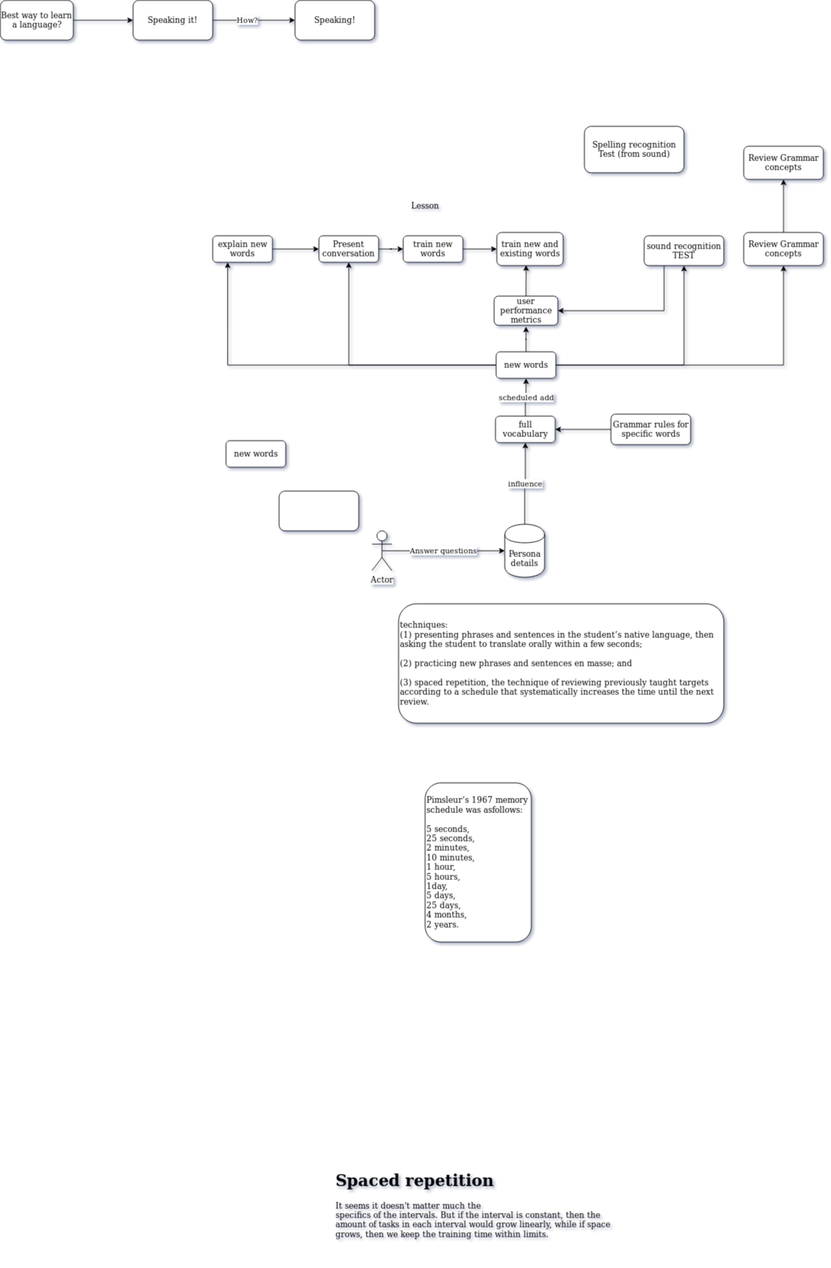
Above: Language Tutor.png in Mr-Ruben/ml (draw.io), before the change. Source tidied: cells renumbered, new cells last; positions are measured from the earlier drawing's top-left corner, leaving out a move shared by most shapes.
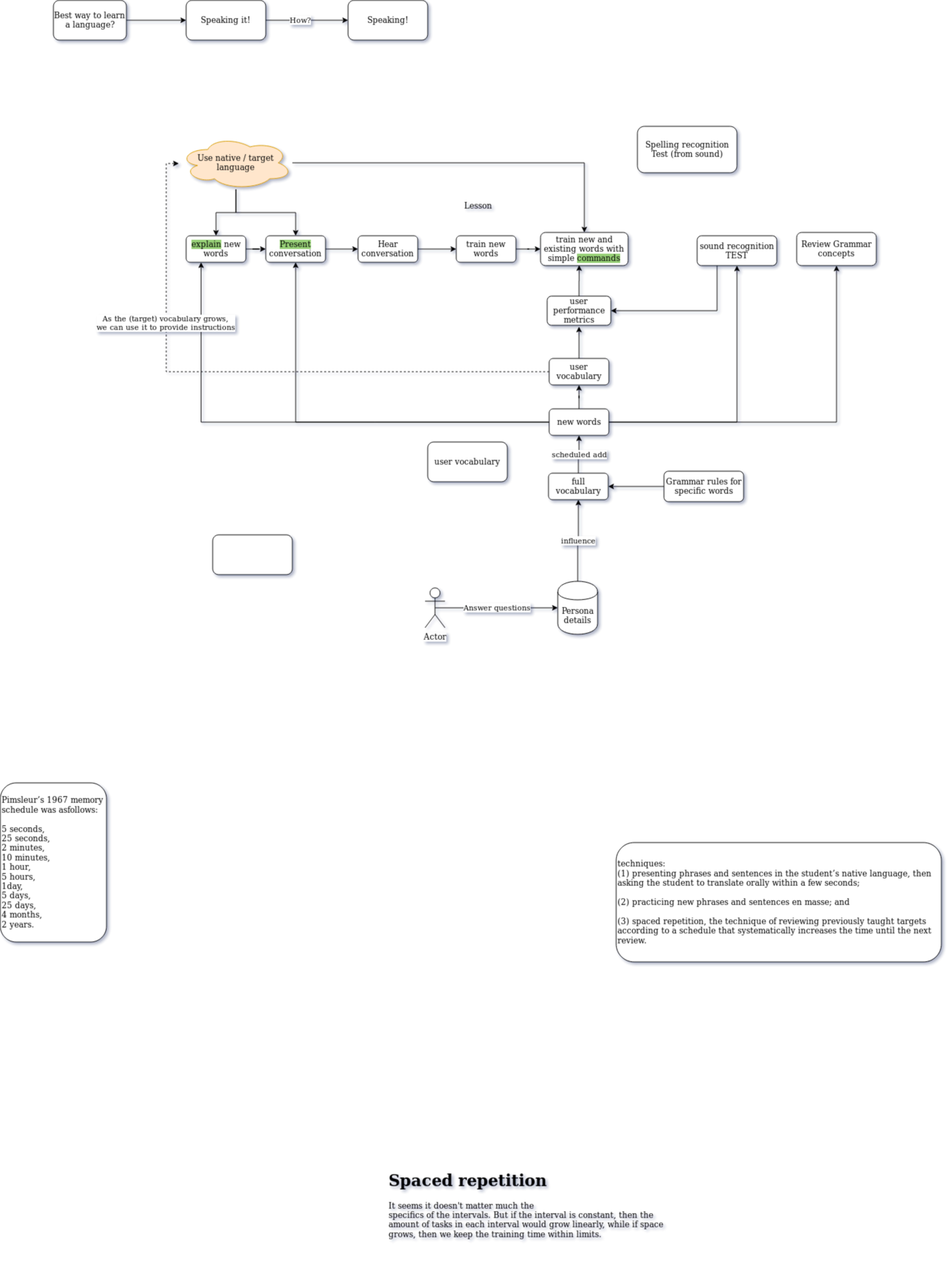
The same diagram one commit later.

Diff of the diagram source:
```diff
@@ -6,28 +6,28 @@
       <mxGeometry relative="1" as="geometry" />
     </mxCell>
     <mxCell id="3" value="Actor" style="shape=umlActor;verticalLabelPosition=bottom;labelBackgroundColor=#ffffff;verticalAlign=top;html=1;outlineConnect=0;" parent="1" vertex="1">
-      <mxGeometry x="560" y="800" width="30" height="60" as="geometry" />
+      <mxGeometry x="560" y="886" width="30" height="60" as="geometry" />
     </mxCell>
     <mxCell id="4" value="influence" style="edgeStyle=orthogonalEdgeStyle;rounded=0;jettySize=auto;html=1;entryX=0.5;entryY=1;entryDx=0;entryDy=0;" parent="1" edge="1" source="5" target="22">
       <mxGeometry relative="1" as="geometry" />
     </mxCell>
     <mxCell id="5" value="Persona details" style="shape=cylinder;whiteSpace=wrap;html=1;boundedLbl=1;backgroundOutline=1;" parent="1" vertex="1">
-      <mxGeometry x="760" y="790" width="60" height="80" as="geometry" />
+      <mxGeometry x="760" y="876" width="60" height="80" as="geometry" />
     </mxCell>
     <mxCell id="6" value="Lesson" style="text;html=1;strokeColor=none;fillColor=none;align=center;verticalAlign=middle;whiteSpace=wrap;rounded=0;" parent="1" vertex="1">
       <mxGeometry x="620" y="300" width="40" height="20" as="geometry" />
     </mxCell>
-    <mxCell id="7" style="edgeStyle=orthogonalEdgeStyle;rounded=0;jettySize=auto;html=1;entryX=0;entryY=0.5;entryDx=0;entryDy=0;" parent="1" edge="1" source="8" target="12">
+    <mxCell id="7" style="edgeStyle=orthogonalEdgeStyle;rounded=0;jettySize=auto;html=1;entryX=0;entryY=0.5;entryDx=0;entryDy=0;" parent="1" edge="1" source="42" target="12">
       <mxGeometry relative="1" as="geometry" />
     </mxCell>
-    <mxCell id="8" value="Present conversation" style="rounded=1;whiteSpace=wrap;html=1;" parent="1" vertex="1">
-      <mxGeometry x="480" y="355" width="90" height="40" as="geometry" />
+    <mxCell id="8" value="&lt;span style=&quot;background-color: rgb(151 , 208 , 119)&quot;&gt;Present &lt;/span&gt;conversation" style="rounded=1;whiteSpace=wrap;html=1;" parent="1" vertex="1">
+      <mxGeometry x="320" y="355" width="90" height="40" as="geometry" />
     </mxCell>
     <mxCell id="9" style="edgeStyle=orthogonalEdgeStyle;rounded=0;jettySize=auto;html=1;entryX=0;entryY=0.5;entryDx=0;entryDy=0;" parent="1" edge="1" source="10" target="8">
       <mxGeometry relative="1" as="geometry" />
     </mxCell>
-    <mxCell id="10" value="explain new words" style="rounded=1;whiteSpace=wrap;html=1;" parent="1" vertex="1">
-      <mxGeometry x="320" y="355" width="90" height="40" as="geometry" />
+    <mxCell id="10" value="&lt;span style=&quot;background-color: rgb(151 , 208 , 119)&quot;&gt;explain&lt;/span&gt; new words" style="rounded=1;whiteSpace=wrap;html=1;" parent="1" vertex="1">
+      <mxGeometry x="200" y="355" width="90" height="40" as="geometry" />
     </mxCell>
     <mxCell id="11" style="edgeStyle=orthogonalEdgeStyle;rounded=0;jettySize=auto;html=1;entryX=0;entryY=0.5;entryDx=0;entryDy=0;" parent="1" edge="1" source="12" target="13">
       <mxGeometry relative="1" as="geometry" />
@@ -35,21 +35,12 @@
     <mxCell id="12" value="train new words" style="rounded=1;whiteSpace=wrap;html=1;" parent="1" vertex="1">
       <mxGeometry x="607" y="355" width="90" height="40" as="geometry" />
     </mxCell>
-    <mxCell id="13" value="train new and existing words" style="rounded=1;whiteSpace=wrap;html=1;" parent="1" vertex="1">
-      <mxGeometry x="748" y="350" width="100" height="50" as="geometry" />
+    <mxCell id="13" value="train new and existing words with simple &lt;span style=&quot;background-color: rgb(151 , 208 , 119)&quot;&gt;commands&lt;/span&gt;" style="rounded=1;whiteSpace=wrap;html=1;" parent="1" vertex="1">
+      <mxGeometry x="734" y="350" width="132" height="50" as="geometry" />
     </mxCell>
-    <mxCell id="14" value="new words" style="rounded=1;whiteSpace=wrap;html=1;" parent="1" vertex="1">
-      <mxGeometry x="340" y="664" width="90" height="40" as="geometry" />
-    </mxCell>
-    <mxCell id="15" style="edgeStyle=orthogonalEdgeStyle;rounded=0;jettySize=auto;html=1;" parent="1" edge="1" source="16" target="17">
-      <mxGeometry relative="1" as="geometry" />
-    </mxCell>
     <mxCell id="16" value="Review Grammar concepts" style="rounded=1;whiteSpace=wrap;html=1;" parent="1" vertex="1">
       <mxGeometry x="1120" y="350" width="120" height="50" as="geometry" />
     </mxCell>
-    <mxCell id="17" value="Review Grammar concepts" style="rounded=1;whiteSpace=wrap;html=1;" parent="1" vertex="1">
-      <mxGeometry x="1120" y="220" width="120" height="50" as="geometry" />
-    </mxCell>
     <mxCell id="18" style="edgeStyle=orthogonalEdgeStyle;rounded=0;jettySize=auto;html=1;entryX=0.441;entryY=0.986;entryDx=0;entryDy=0;entryPerimeter=0;" parent="1" edge="1" source="20" target="13">
       <mxGeometry relative="1" as="geometry" />
     </mxCell>
@@ -63,12 +54,12 @@
       <mxGeometry relative="1" as="geometry" />
     </mxCell>
     <mxCell id="22" value="full vocabulary" style="rounded=1;whiteSpace=wrap;html=1;" parent="1" vertex="1">
-      <mxGeometry x="746" y="627" width="90" height="40" as="geometry" />
+      <mxGeometry x="746" y="713" width="90" height="40" as="geometry" />
     </mxCell>
     <mxCell id="23" style="edgeStyle=orthogonalEdgeStyle;rounded=0;jettySize=auto;html=1;entryX=0.5;entryY=1;entryDx=0;entryDy=0;" parent="1" edge="1" source="27" target="8">
       <mxGeometry relative="1" as="geometry" />
     </mxCell>
-    <mxCell id="24" style="edgeStyle=orthogonalEdgeStyle;rounded=0;jettySize=auto;html=1;" parent="1" edge="1" source="27">
+    <mxCell id="24" style="edgeStyle=orthogonalEdgeStyle;rounded=0;jettySize=auto;html=1;" parent="1" edge="1" source="14">
       <mxGeometry relative="1" as="geometry">
         <mxPoint x="792" y="492" as="targetPoint" />
       </mxGeometry>
@@ -80,7 +71,7 @@
       <mxGeometry relative="1" as="geometry" />
     </mxCell>
     <mxCell id="27" value="new words" style="rounded=1;whiteSpace=wrap;html=1;" parent="1" vertex="1">
-      <mxGeometry x="747" y="530" width="90" height="40" as="geometry" />
+      <mxGeometry x="747" y="616" width="90" height="40" as="geometry" />
     </mxCell>
     <mxCell id="28" style="edgeStyle=orthogonalEdgeStyle;rounded=0;jettySize=auto;html=1;entryX=1;entryY=0.5;entryDx=0;entryDy=0;exitX=0.25;exitY=1;exitDx=0;exitDy=0;" parent="1" edge="1" source="29" target="20">
       <mxGeometry relative="1" as="geometry" />
@@ -88,14 +79,14 @@
     <mxCell id="29" value="sound recognition TEST" style="rounded=1;whiteSpace=wrap;html=1;" parent="1" vertex="1">
       <mxGeometry x="970" y="355" width="120" height="45" as="geometry" />
     </mxCell>
-    <mxCell id="30" style="rounded=1;whiteSpace=wrap;html=1;" parent="1" vertex="1">
-      <mxGeometry x="420" y="740" width="120" height="60" as="geometry" />
+    <mxCell id="30" value="&lt;div&gt;user vocabulary&lt;/div&gt;" style="rounded=1;whiteSpace=wrap;html=1;" parent="1" vertex="1">
+      <mxGeometry x="564" y="666" width="120" height="60" as="geometry" />
     </mxCell>
     <mxCell id="31" value="techniques: &lt;br&gt;(1) presenting phrases and sentences in the student’s native language, then asking the student to translate orally within a few seconds; &lt;br&gt;&lt;br&gt;(2) practicing new phrases and sentences en masse; and &lt;br&gt;&lt;br&gt;(3) spaced repetition, the technique of reviewing previously taught targets according to a schedule that systematically increases the time until the next review.&lt;br&gt;" style="rounded=1;whiteSpace=wrap;html=1;align=left;" parent="1" vertex="1">
-      <mxGeometry x="600" y="910" width="490" height="180" as="geometry" />
+      <mxGeometry x="848" y="1270" width="490" height="180" as="geometry" />
     </mxCell>
     <mxCell id="32" value="&lt;div&gt;&lt;span style=&quot;color: #000000&quot;&gt;Pimsleur’s 1967 memory schedule was as&lt;/span&gt;&lt;span style=&quot;color: #000000&quot;&gt;follows: &lt;br&gt;&lt;/span&gt;&lt;/div&gt;&lt;div&gt;&lt;br&gt;&lt;span style=&quot;color: #000000&quot;&gt;&lt;/span&gt;&lt;/div&gt;&lt;div&gt;&lt;span style=&quot;color: #000000&quot;&gt;&lt;/span&gt;&lt;/div&gt;&lt;div&gt;&lt;span style=&quot;color: #000000&quot;&gt;5 seconds, &lt;br&gt;&lt;/span&gt;&lt;/div&gt;&lt;div&gt;&lt;span style=&quot;color: #000000&quot;&gt;25 seconds, &lt;br&gt;&lt;/span&gt;&lt;/div&gt;&lt;div&gt;&lt;span style=&quot;color: #000000&quot;&gt;2 minutes, &lt;br&gt;&lt;/span&gt;&lt;/div&gt;&lt;div&gt;&lt;span style=&quot;color: #000000&quot;&gt;10 minutes, &lt;br&gt;&lt;/span&gt;&lt;/div&gt;&lt;div&gt;&lt;span style=&quot;color: #000000&quot;&gt;1 hour, &lt;br&gt;&lt;/span&gt;&lt;/div&gt;&lt;div&gt;&lt;span style=&quot;color: #000000&quot;&gt;5 hours, &lt;br&gt;&lt;/span&gt;&lt;/div&gt;&lt;div&gt;&lt;span style=&quot;color: #000000&quot;&gt;1day, &lt;br&gt;&lt;/span&gt;&lt;/div&gt;&lt;div&gt;&lt;span style=&quot;color: #000000&quot;&gt;5 days, &lt;br&gt;&lt;/span&gt;&lt;/div&gt;&lt;div&gt;&lt;span style=&quot;color: #000000&quot;&gt;25 days, &lt;br&gt;&lt;/span&gt;&lt;/div&gt;&lt;div&gt;&lt;span style=&quot;color: #000000&quot;&gt;4 months, &lt;br&gt;&lt;/span&gt;&lt;/div&gt;&lt;div&gt;&lt;span style=&quot;color: #000000&quot;&gt;2 years.&lt;/span&gt;&lt;/div&gt;" style="rounded=1;whiteSpace=wrap;html=1;align=left;" parent="1" vertex="1">
-      <mxGeometry x="640" y="1180" width="160" height="240" as="geometry" />
+      <mxGeometry x="-80" y="1180" width="160" height="240" as="geometry" />
     </mxCell>
     <mxCell id="33" style="edgeStyle=orthogonalEdgeStyle;rounded=0;jettySize=auto;html=1;" parent="1" edge="1" source="34" target="36">
       <mxGeometry relative="1" as="geometry" />
@@ -127,7 +118,42 @@
       <mxGeometry relative="1" as="geometry" />
     </mxCell>
     <mxCell id="41" value="Grammar rules for specific words" style="rounded=1;whiteSpace=wrap;html=1;" parent="1" vertex="1">
-      <mxGeometry x="920" y="624" width="120" height="46" as="geometry" />
+      <mxGeometry x="920" y="710" width="120" height="46" as="geometry" />
     </mxCell>
+    <mxCell id="42" value="Hear conversation" style="rounded=1;whiteSpace=wrap;html=1;" parent="1" vertex="1">
+      <mxGeometry x="459" y="355" width="90" height="40" as="geometry" />
+    </mxCell>
+    <mxCell id="43" style="edgeStyle=orthogonalEdgeStyle;rounded=0;jettySize=auto;html=1;entryX=0;entryY=0.5;entryDx=0;entryDy=0;" parent="1" edge="1" source="8" target="42">
+      <mxGeometry relative="1" as="geometry" />
+    </mxCell>
+    <mxCell id="44" style="rounded=1;whiteSpace=wrap;html=1;" parent="1" vertex="1">
+      <mxGeometry x="240" y="806" width="120" height="60" as="geometry" />
+    </mxCell>
+    <mxCell id="45" style="edgeStyle=orthogonalEdgeStyle;rounded=0;jettySize=auto;html=1;entryX=0.5;entryY=0;entryDx=0;entryDy=0;" parent="1" edge="1" source="48" target="10">
+      <mxGeometry relative="1" as="geometry" />
+    </mxCell>
+    <mxCell id="46" style="edgeStyle=orthogonalEdgeStyle;rounded=0;jettySize=auto;html=1;entryX=0.5;entryY=0;entryDx=0;entryDy=0;" parent="1" edge="1" source="48" target="8">
+      <mxGeometry relative="1" as="geometry" />
+    </mxCell>
+    <mxCell id="47" style="edgeStyle=orthogonalEdgeStyle;rounded=0;jettySize=auto;html=1;" parent="1" edge="1" source="48" target="13">
+      <mxGeometry relative="1" as="geometry" />
+    </mxCell>
+    <mxCell id="48" value="&lt;div&gt;Use native / target language&lt;/div&gt;" style="ellipse;shape=cloud;whiteSpace=wrap;html=1;fillColor=#ffe6cc;strokeColor=#d79b00;" parent="1" vertex="1">
+      <mxGeometry x="190" y="205" width="170" height="80" as="geometry" />
+    </mxCell>
+    <mxCell id="49" style="edgeStyle=orthogonalEdgeStyle;rounded=0;jettySize=auto;html=1;entryX=-0.006;entryY=0.513;entryDx=0;entryDy=0;entryPerimeter=0;dashed=1;" parent="1" edge="1" source="14" target="48">
+      <mxGeometry relative="1" as="geometry" />
+    </mxCell>
+    <mxCell id="50" value="&lt;div&gt;As the (target) vocabulary grows, &lt;br&gt;&lt;/div&gt;&lt;div&gt;we can use it to provide instructions&lt;/div&gt;" style="edgeLabel;html=1;align=center;verticalAlign=middle;" parent="49" vertex="1">
+      <mxGeometry x="0.27" y="-74" relative="1" as="geometry">
+        <mxPoint x="-76" y="-74" as="offset" />
+      </mxGeometry>
+    </mxCell>
+    <mxCell id="14" value="user vocabulary" style="rounded=1;whiteSpace=wrap;html=1;" parent="1" vertex="1">
+      <mxGeometry x="747" y="540" width="90" height="40" as="geometry" />
+    </mxCell>
+    <mxCell id="51" style="edgeStyle=orthogonalEdgeStyle;rounded=0;jettySize=auto;html=1;" parent="1" edge="1" source="27" target="14">
+      <mxGeometry relative="1" as="geometry" />
+    </mxCell>
   </root>
 </mxGraphModel>
```
